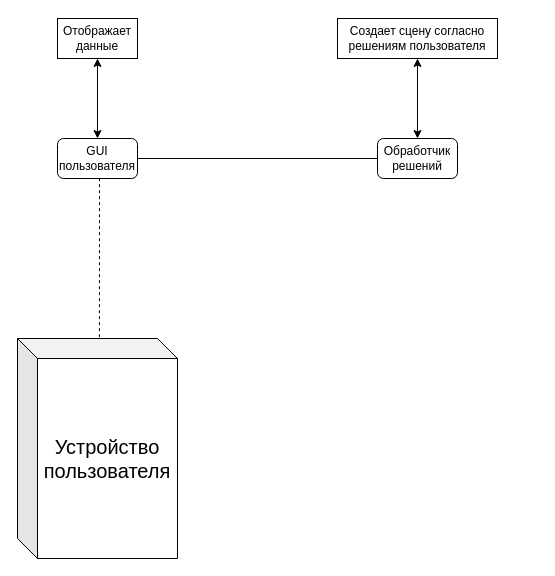
tanktema/KingOfToads keeps this draw.io diagram as page "Structure" (4 of 5) of Diagrams/Activity.drawio. Above is the earlier version. Source tidied: cells renumbered, new cells numbered last; positions are measured from the earlier drawing's top-left corner, leaving out a move shared by most shapes. Both pictures are drawn from the tidied source at 100%, with x=0, y=0 at pixel (17, 18).
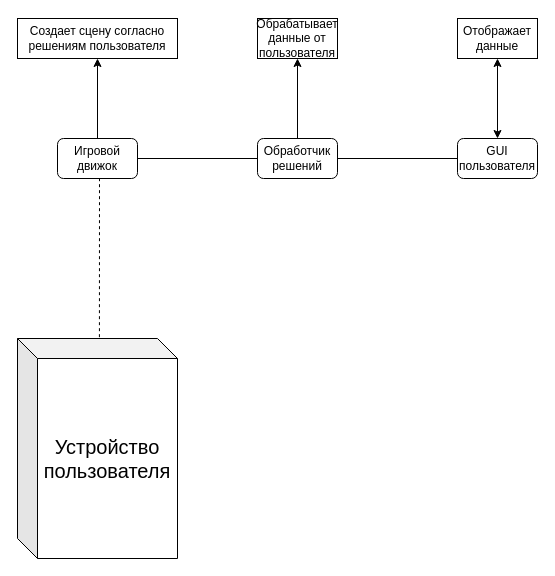
Above is the later version.

What changed in the source:
```diff
@@
 <mxGraphModel>
   <root>
     <mxCell id="0" />
     <mxCell id="1" parent="0" />
     <mxCell id="2" value="Устройство пользователя" style="shape=cube;whiteSpace=wrap;html=1;boundedLbl=1;backgroundOutline=1;darkOpacity=0.05;darkOpacity2=0.1;fontSize=20;" parent="1" vertex="1">
       <mxGeometry y="320" width="160" height="220" as="geometry" />
     </mxCell>
     <mxCell id="3" style="endArrow=none;dashed=1;html=1;rounded=0;fontSize=20;exitX=0.512;exitY=-0.006;exitDx=0;exitDy=0;exitPerimeter=0;" parent="1" edge="1" source="2">
       <mxGeometry relative="1" as="geometry">
         <mxPoint x="82" y="160" as="targetPoint" />
       </mxGeometry>
     </mxCell>
     <mxCell id="4" value="GUI пользователя" style="rounded=1;whiteSpace=wrap;html=1;fontSize=12;" parent="1" vertex="1">
-      <mxGeometry x="40" y="120" width="80" height="40" as="geometry" />
+      <mxGeometry x="440" y="120" width="80" height="40" as="geometry" />
     </mxCell>
-    <mxCell id="5" style="endArrow=none;html=1;rounded=0;fontSize=12;exitX=1;exitY=0.5;exitDx=0;exitDy=0;entryX=0;entryY=0.5;entryDx=0;entryDy=0;" parent="1" edge="1" source="4" target="6">
-      <mxGeometry relative="1" as="geometry" />
-    </mxCell>
+    <mxCell id="11" style="edgeStyle=orthogonalEdgeStyle;rounded=0;jettySize=auto;html=1;exitX=0.5;exitY=0;exitDx=0;exitDy=0;entryX=0.5;entryY=1;entryDx=0;entryDy=0;" parent="1" edge="1" source="6" target="14">
+      <mxGeometry relative="1" as="geometry" />
+    </mxCell>
     <mxCell id="6" value="Обработчик решений" style="rounded=1;whiteSpace=wrap;html=1;fontSize=12;" parent="1" vertex="1">
-      <mxGeometry x="360" y="120" width="80" height="40" as="geometry" />
+      <mxGeometry x="240" y="120" width="80" height="40" as="geometry" />
     </mxCell>
     <mxCell id="7" value="Отображает данные" style="rounded=0;whiteSpace=wrap;html=1;fontSize=12;" parent="1" vertex="1">
-      <mxGeometry x="40" width="80" height="40" as="geometry" />
+      <mxGeometry x="440" width="80" height="40" as="geometry" />
     </mxCell>
     <mxCell id="8" style="endArrow=classic;startArrow=classic;html=1;rounded=0;fontSize=12;exitX=0.5;exitY=0;exitDx=0;exitDy=0;entryX=0.5;entryY=1;entryDx=0;entryDy=0;" parent="1" edge="1" source="4" target="7">
       <mxGeometry relative="1" as="geometry" />
     </mxCell>
     <mxCell id="9" value="Создает сцену согласно решениям пользователя" style="rounded=0;whiteSpace=wrap;html=1;fontSize=12;" parent="1" vertex="1">
-      <mxGeometry x="320" width="160" height="40" as="geometry" />
+      <mxGeometry width="160" height="40" as="geometry" />
     </mxCell>
-    <mxCell id="10" style="endArrow=classic;startArrow=classic;html=1;rounded=0;fontSize=12;exitX=0.5;exitY=0;exitDx=0;exitDy=0;entryX=0.5;entryY=1;entryDx=0;entryDy=0;" parent="1" edge="1" source="6" target="9">
-      <mxGeometry relative="1" as="geometry" />
-    </mxCell>
+    <mxCell id="12" style="edgeStyle=orthogonalEdgeStyle;rounded=0;jettySize=auto;html=1;exitX=0.5;exitY=0;exitDx=0;exitDy=0;entryX=0.5;entryY=1;entryDx=0;entryDy=0;" parent="1" edge="1" source="13" target="9">
+      <mxGeometry relative="1" as="geometry" />
+    </mxCell>
+    <mxCell id="13" value="Игровой движок" style="rounded=1;whiteSpace=wrap;html=1;" parent="1" vertex="1">
+      <mxGeometry x="40" y="120" width="80" height="40" as="geometry" />
+    </mxCell>
+    <mxCell id="14" value="Обрабатывает данные от пользователя" style="rounded=0;whiteSpace=wrap;html=1;" parent="1" vertex="1">
+      <mxGeometry x="240" width="80" height="40" as="geometry" />
+    </mxCell>
+    <mxCell id="15" style="endArrow=none;html=1;rounded=0;exitX=1;exitY=0.5;exitDx=0;exitDy=0;" parent="1" edge="1" source="13" target="6">
+      <mxGeometry relative="1" as="geometry" />
+    </mxCell>
+    <mxCell id="16" style="endArrow=none;html=1;rounded=0;exitX=1;exitY=0.5;exitDx=0;exitDy=0;entryX=0;entryY=0.5;entryDx=0;entryDy=0;" parent="1" edge="1" source="6" target="4">
+      <mxGeometry relative="1" as="geometry" />
+    </mxCell>
   </root>
 </mxGraphModel>
```
